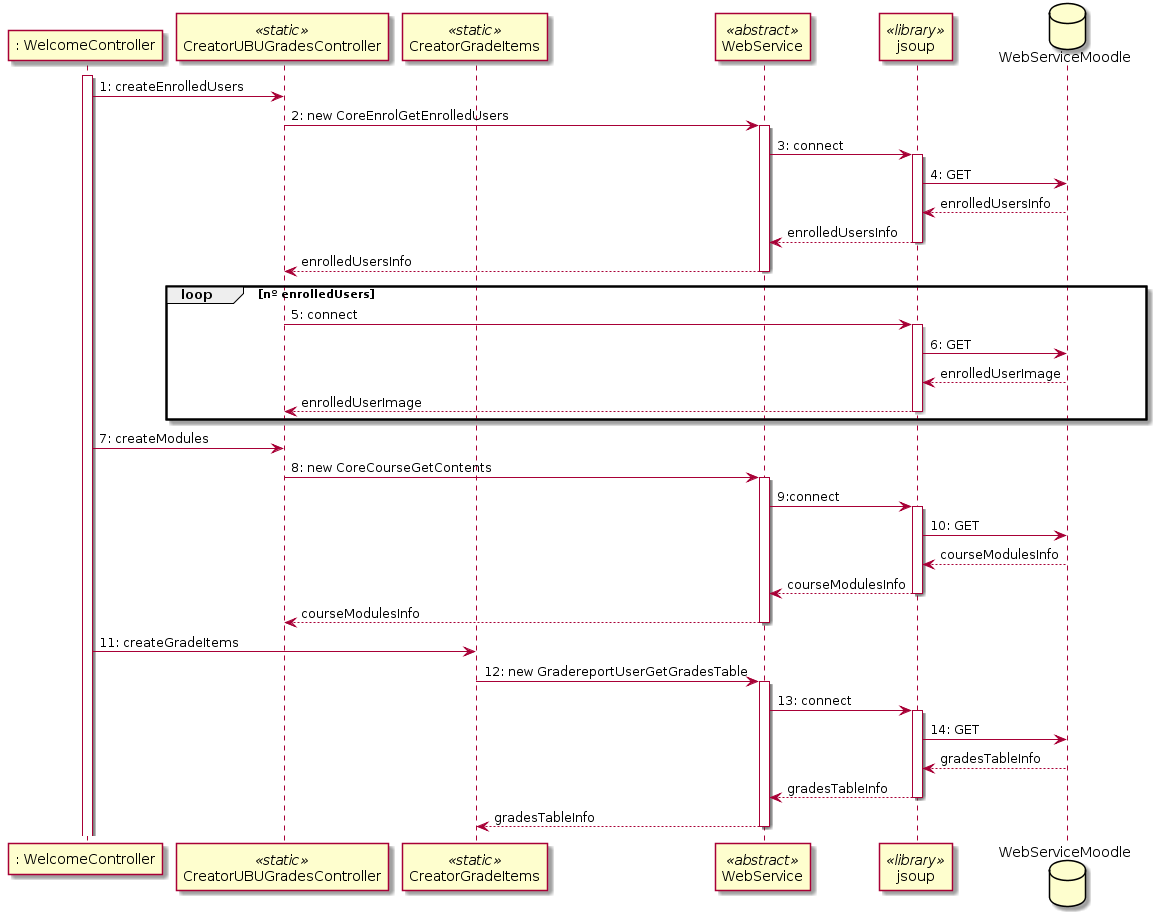
Above: latex/img/diagrama_secuencia_webservice.png in yjx0003/UBUMonitor (PlantUML), before the change.
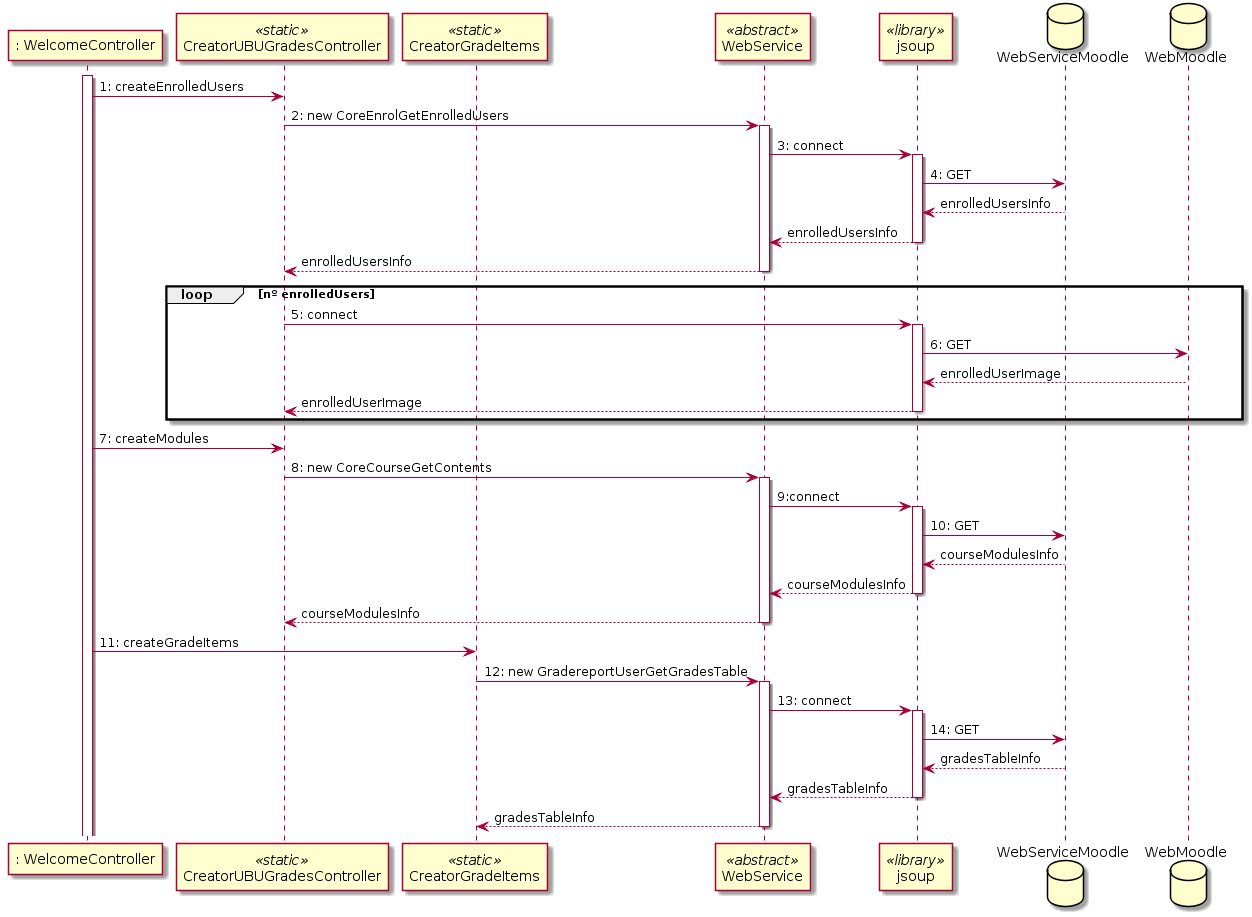
Later version of the same file.

Diff of the diagram source:
```diff
@@ -5,6 +5,7 @@
 participant WebService <<abstract>>
 participant jsoup <<library>>
 database WebServiceMoodle
+database WebMoodle
 
 activate WelcomeController
 
@@ -24,8 +25,8 @@
 loop nº enrolledUsers
 CreatorUBUGradesController -> jsoup :5: connect
 activate jsoup
-jsoup -> WebServiceMoodle: 6: GET
-jsoup <-- WebServiceMoodle: enrolledUserImage
+jsoup -> WebMoodle: 6: GET
+jsoup <-- WebMoodle: enrolledUserImage
 CreatorUBUGradesController <-- jsoup : enrolledUserImage
 deactivate jsoup
 end
```
